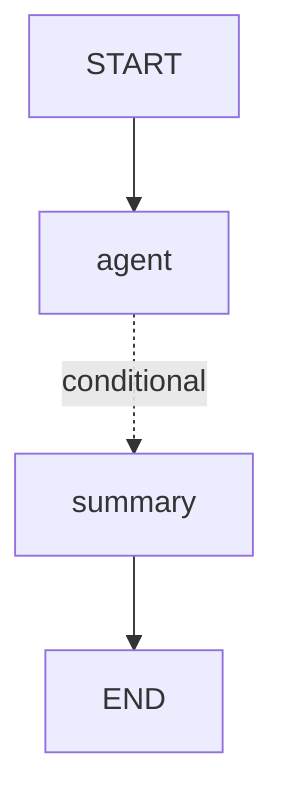
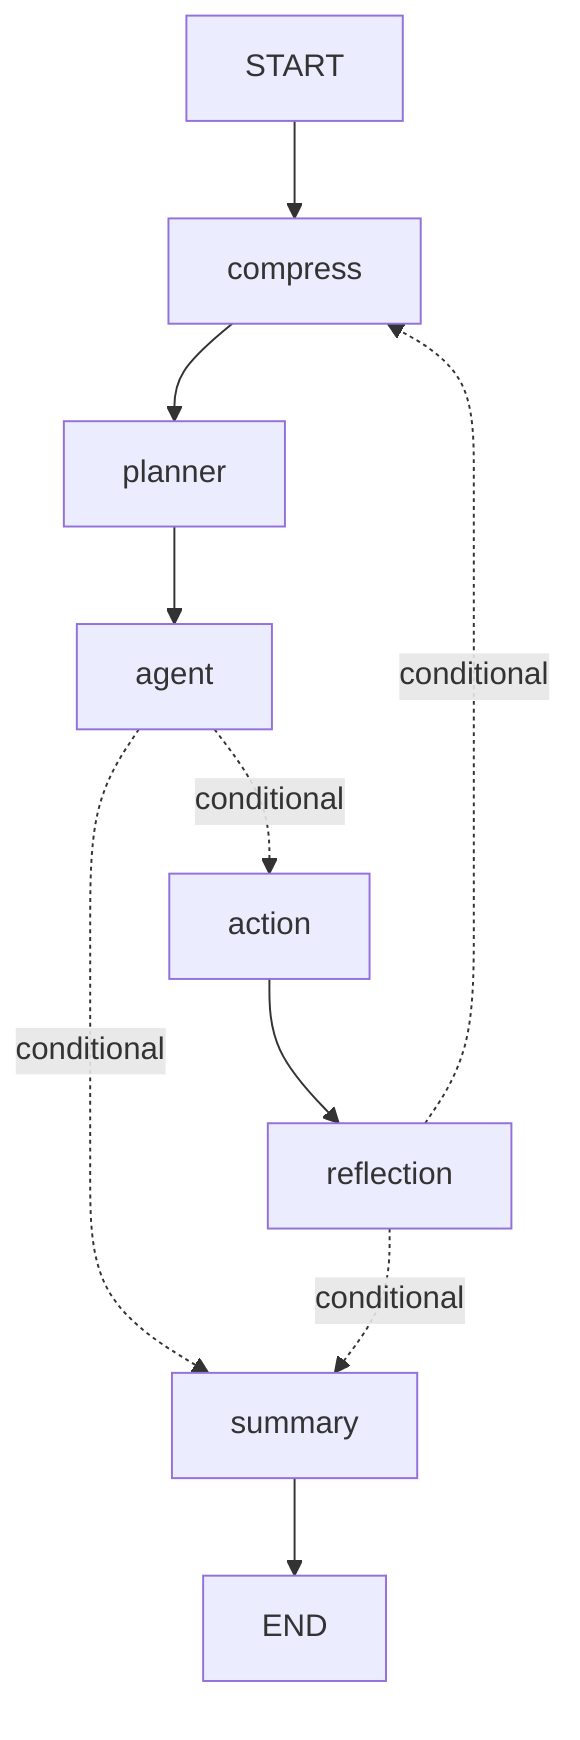
flowchart TD
    internal_start["START"]
+     compress["compress"]
+     planner["planner"]
    agent["agent"]
+     action["action"]
+     reflection["reflection"]
    summary["summary"]
    internal_end["END"]
-     internal_start --> agent
+     internal_start --> compress
+     action --> reflection
+     agent -. "conditional" .-> action
    agent -. "conditional" .-> summary
+     compress --> planner
+     planner --> agent
+     reflection -. "conditional" .-> compress
+     reflection -. "conditional" .-> summary
    summary --> internal_end
